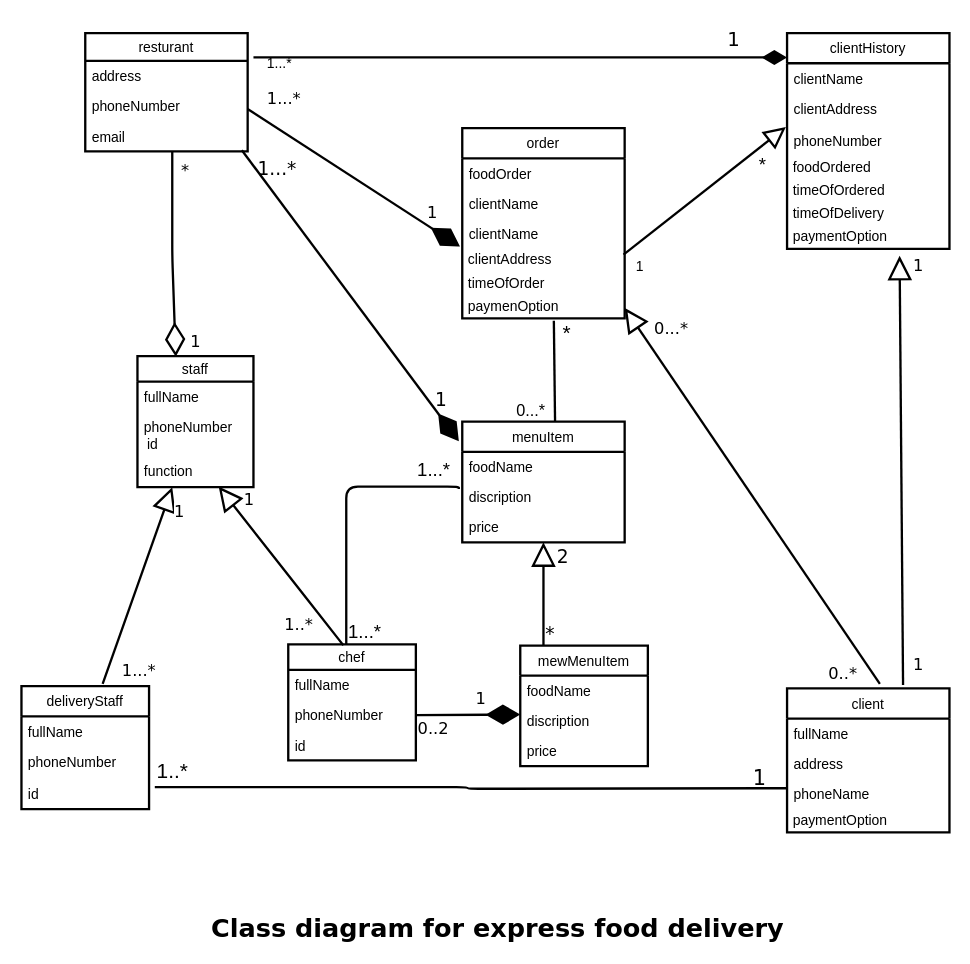
wallaceNdi/OC-PRO keeps this draw.io diagram as Class Diagram For Express food delivery resturant.drawio. Above is the earlier version. Source tidied: cells renumbered, new cells numbered last; positions are measured from the earlier drawing's top-left corner, leaving out a move shared by most shapes. Both pictures are drawn from the tidied source at 116%, with x=0, y=0 at pixel (21, 20).
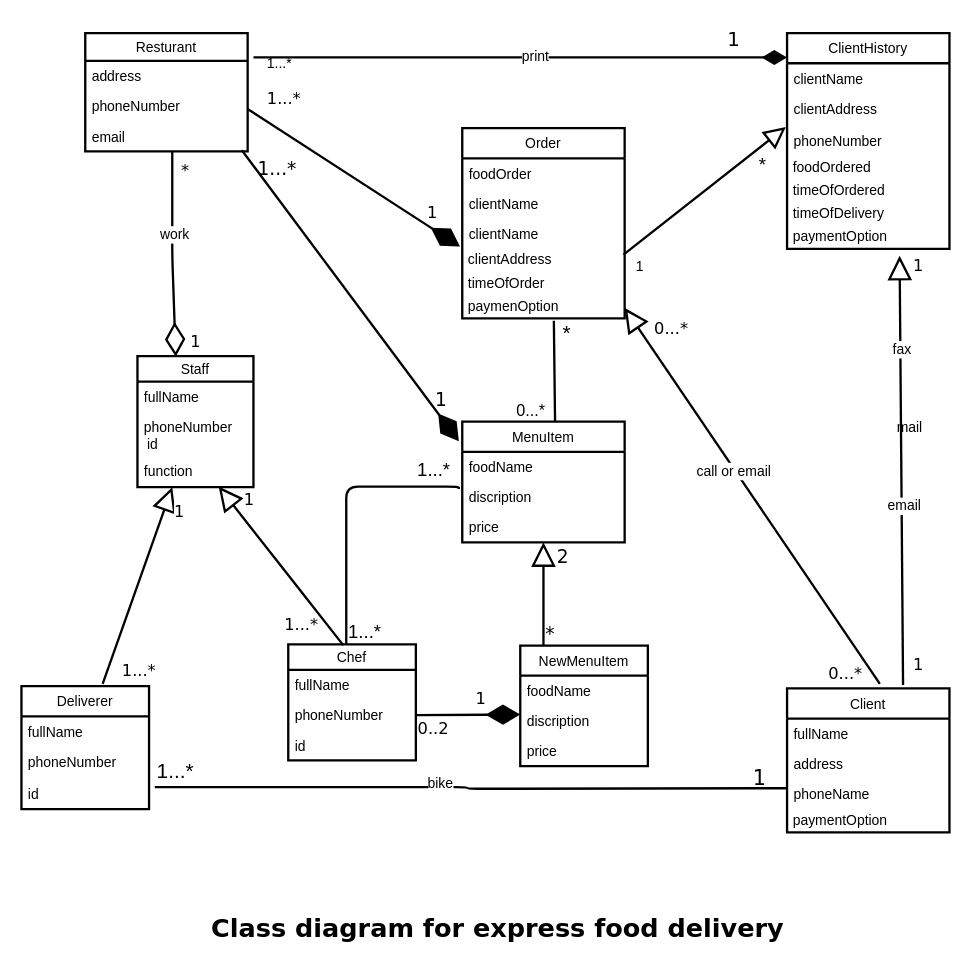
Above is the later version.

The change refers to these unchanged cells:
```xml
<mxCell id="47" style="endArrow=none;html=1;edgeStyle=orthogonalEdgeStyle;exitX=1.045;exitY=0.269;exitDx=0;exitDy=0;exitPerimeter=0;strokeWidth=2;" parent="1" edge="1" source="14">
  <mxGeometry relative="1" as="geometry">
    <mxPoint x="660" y="662" as="targetPoint" />
  </mxGeometry>
</mxCell>
<mxCell id="50" style="endArrow=diamondThin;endFill=1;endSize=16;html=1;entryX=0;entryY=0.113;entryDx=0;entryDy=0;entryPerimeter=0;strokeWidth=2;" parent="1" edge="1" target="39">
  <mxGeometry relative="1" as="geometry">
    <mxPoint x="200" y="32" as="sourcePoint" />
  </mxGeometry>
</mxCell>
<mxCell id="56" style="endArrow=diamondThin;endFill=0;endSize=24;html=1;strokeWidth=2;entryX=0.33;entryY=0.004;entryDx=0;entryDy=0;entryPerimeter=0;" parent="1" edge="1" target="6">
  <mxGeometry relative="1" as="geometry">
    <mxPoint x="130" y="113.5" as="sourcePoint" />
    <Array as="points">
      <mxPoint x="130" y="203.5" />
    </Array>
  </mxGeometry>
</mxCell>
<mxCell id="65" style="endArrow=block;endSize=16;endFill=0;html=1;strokeWidth=2;entryX=1;entryY=0.55;entryDx=0;entryDy=0;entryPerimeter=0;" parent="1" edge="1" target="38">
  <mxGeometry x="0.02" y="9" relative="1" as="geometry">
    <mxPoint x="740" y="572" as="sourcePoint" />
  </mxGeometry>
</mxCell>
<mxCell id="67" style="endArrow=block;endSize=16;endFill=0;html=1;strokeWidth=2;entryX=0.693;entryY=1.3;entryDx=0;entryDy=0;entryPerimeter=0;" parent="1" edge="1" target="46">
  <mxGeometry x="-0.02" y="-21" relative="1" as="geometry">
    <mxPoint x="760" y="573" as="sourcePoint" />
  </mxGeometry>
</mxCell>
```

Diff of the diagram source:
```diff
@@
-    <mxCell id="2" value="resturant" style="swimlane;fontStyle=0;horizontal=1;startSize=24;fillColor=none;strokeWidth=2;" parent="1" vertex="1">
+    <mxCell id="2" value="Resturant" style="swimlane;fontStyle=0;horizontal=1;startSize=24;fillColor=none;strokeWidth=2;" parent="1" vertex="1">
       <mxGeometry x="55" y="11" width="140" height="102" as="geometry" />
     </mxCell>
@@
-    <mxCell id="6" value="staff" style="swimlane;fontStyle=0;horizontal=1;startSize=22;fillColor=none;strokeWidth=2;" parent="1" vertex="1">
+    <mxCell id="6" value="Staff" style="swimlane;fontStyle=0;horizontal=1;startSize=22;fillColor=none;strokeWidth=2;" parent="1" vertex="1">
       <mxGeometry x="100" y="289.5" width="100" height="113" as="geometry" />
     </mxCell>
@@
-    <mxCell id="11" value="deliveryStaff" style="swimlane;fontStyle=0;horizontal=1;startSize=26;fillColor=none;strokeWidth=2;" parent="1" vertex="1">
+    <mxCell id="11" value="Deliverer" style="swimlane;fontStyle=0;horizontal=1;startSize=26;fillColor=none;strokeWidth=2;" parent="1" vertex="1">
       <mxGeometry y="574" width="110" height="106" as="geometry" />
     </mxCell>
@@
-    <mxCell id="15" value="chef" style="swimlane;fontStyle=0;horizontal=1;startSize=22;fillColor=none;strokeWidth=2;" parent="1" vertex="1">
+    <mxCell id="15" value="Chef" style="swimlane;fontStyle=0;horizontal=1;startSize=22;fillColor=none;strokeWidth=2;" parent="1" vertex="1">
       <mxGeometry x="230" y="538" width="110" height="100" as="geometry" />
     </mxCell>
@@
-    <mxCell id="19" value="mewMenuItem" style="swimlane;fontStyle=0;horizontal=1;startSize=26;fillColor=none;strokeWidth=2;" parent="1" vertex="1">
+    <mxCell id="19" value="NewMenuItem" style="swimlane;fontStyle=0;horizontal=1;startSize=26;fillColor=none;strokeWidth=2;" parent="1" vertex="1">
       <mxGeometry x="430" y="539" width="110" height="104" as="geometry" />
     </mxCell>
@@
-    <mxCell id="23" value="client" style="swimlane;fontStyle=0;horizontal=1;startSize=26;fillColor=none;strokeWidth=2;" parent="1" vertex="1">
+    <mxCell id="23" value="Client" style="swimlane;fontStyle=0;horizontal=1;startSize=26;fillColor=none;strokeWidth=2;" parent="1" vertex="1">
       <mxGeometry x="660" y="576" width="140" height="124" as="geometry" />
     </mxCell>
@@
-    <mxCell id="28" value="menuItem" style="swimlane;fontStyle=0;horizontal=1;startSize=26;fillColor=none;strokeWidth=2;" parent="1" vertex="1">
+    <mxCell id="28" value="MenuItem" style="swimlane;fontStyle=0;horizontal=1;startSize=26;fillColor=none;strokeWidth=2;" parent="1" vertex="1">
       <mxGeometry x="380" y="346" width="140" height="104" as="geometry" />
     </mxCell>
@@
-    <mxCell id="32" value="order" style="swimlane;fontStyle=0;horizontal=1;startSize=26;fillColor=none;strokeWidth=2;" parent="1" vertex="1">
+    <mxCell id="32" value="Order" style="swimlane;fontStyle=0;horizontal=1;startSize=26;fillColor=none;strokeWidth=2;" parent="1" vertex="1">
       <mxGeometry x="380" y="93" width="140" height="164" as="geometry" />
     </mxCell>
@@
-    <mxCell id="39" value="clientHistory" style="swimlane;fontStyle=0;horizontal=1;startSize=26;fillColor=none;strokeWidth=2;" parent="1" vertex="1">
+    <mxCell id="39" value="ClientHistory" style="swimlane;fontStyle=0;horizontal=1;startSize=26;fillColor=none;strokeWidth=2;" parent="1" vertex="1">
       <mxGeometry x="660" y="11" width="140" height="186" as="geometry" />
     </mxCell>
@@
-    <mxCell id="48" value="&lt;font style=&quot;font-size: 18px&quot;&gt;1..*&lt;/font&gt;" style="html=1;align=left;verticalAlign=bottom;labelBackgroundColor=#ffffff;fontSize=10;" parent="47" vertex="1">
+    <mxCell id="48" value="&lt;font style=&quot;font-size: 18px&quot;&gt;1...*&lt;/font&gt;" style="html=1;align=left;verticalAlign=bottom;labelBackgroundColor=#ffffff;fontSize=10;" parent="47" vertex="1">
       <mxGeometry x="-1" relative="1" as="geometry" />
     </mxCell>
@@
+    <mxCell id="92" value="bike" style="text;html=1;align=center;verticalAlign=middle;labelBackgroundColor=#ffffff;" parent="47" vertex="1">
+      <mxGeometry x="-0.1" y="3" relative="1" as="geometry" />
+    </mxCell>
@@
+    <mxCell id="93" value="print" style="text;html=1;align=center;verticalAlign=middle;labelBackgroundColor=#ffffff;" parent="50" vertex="1">
+      <mxGeometry x="0.05" y="1" relative="1" as="geometry" />
+    </mxCell>
@@
+    <mxCell id="94" value="work" style="text;html=1;align=center;verticalAlign=middle;labelBackgroundColor=#ffffff;" parent="56" vertex="1">
+      <mxGeometry x="0.02" y="19" relative="1" as="geometry">
+        <mxPoint x="-17" y="-18" as="offset" />
+      </mxGeometry>
+    </mxCell>
@@
+    <mxCell id="95" value="call or email" style="text;html=1;align=center;verticalAlign=middle;labelBackgroundColor=#ffffff;" parent="65" vertex="1">
+      <mxGeometry x="0.14" y="2" relative="1" as="geometry" />
+    </mxCell>
@@
+    <mxCell id="96" value="email" style="text;html=1;align=center;verticalAlign=middle;labelBackgroundColor=#ffffff;" parent="67" vertex="1">
+      <mxGeometry x="-0.17" y="-2" relative="1" as="geometry" />
+    </mxCell>
+    <mxCell id="97" value="fax" style="text;html=1;align=center;verticalAlign=middle;labelBackgroundColor=#ffffff;" parent="67" vertex="1">
+      <mxGeometry x="0.57" y="-1" relative="1" as="geometry" />
+    </mxCell>
@@
-    <mxCell id="77" value="1..*" style="text;html=1;align=left;verticalAlign=top;spacingTop=-4;fontSize=14;fontFamily=Verdana;" parent="1" vertex="1">
-      <mxGeometry x="225" y="510" width="40" height="20" as="geometry" />
+    <mxCell id="77" value="1...*" style="text;html=1;align=left;verticalAlign=top;spacingTop=-4;fontSize=14;fontFamily=Verdana;" parent="1" vertex="1">
+      <mxGeometry x="225" y="510" width="50" height="20" as="geometry" />
     </mxCell>
@@
-    <mxCell id="84" value="0..*" style="text;html=1;align=left;verticalAlign=top;spacingTop=-4;fontSize=14;fontFamily=Verdana;" parent="1" vertex="1">
-      <mxGeometry x="694" y="552" width="40" height="20" as="geometry" />
+    <mxCell id="84" value="0...*" style="text;html=1;align=left;verticalAlign=top;spacingTop=-4;fontSize=14;fontFamily=Verdana;" parent="1" vertex="1">
+      <mxGeometry x="694" y="552" width="50" height="20" as="geometry" />
     </mxCell>
@@
+    <mxCell id="98" value="mail&amp;nbsp;" style="text;html=1;align=left;verticalAlign=top;spacingTop=-4;" parent="1" vertex="1">
+      <mxGeometry x="753" y="341" width="40" height="20" as="geometry" />
+    </mxCell>
```
